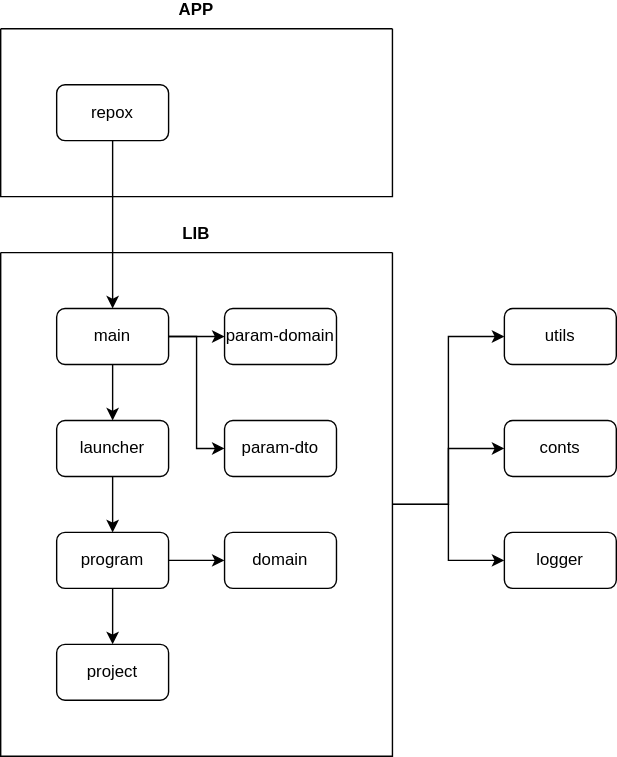
Above: docs/dependency.svg in jaqba98/repox (draw.io), before the change. Source tidied: cells renumbered, new cells last; positions are measured from the earlier drawing's top-left corner, leaving out a move shared by most shapes.
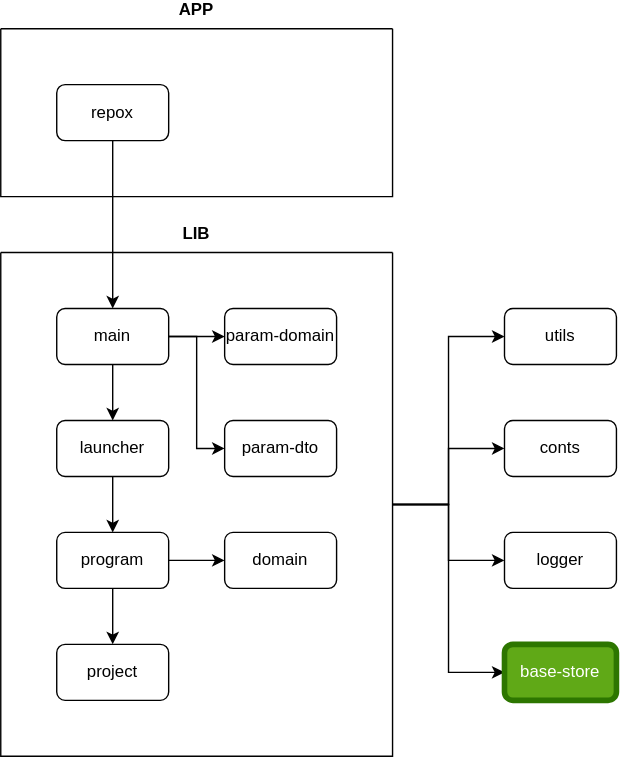
Above is the later version.

Commit message:
feat: create the base store module

Diff of the diagram source:
```diff
@@ -14,6 +14,9 @@
     <mxCell id="5" style="edgeStyle=orthogonalEdgeStyle;rounded=0;jettySize=auto;html=1;entryX=0;entryY=0.5;entryDx=0;entryDy=0;" parent="1" edge="1" source="6" target="24">
       <mxGeometry relative="1" as="geometry" />
     </mxCell>
+    <mxCell id="25" style="edgeStyle=orthogonalEdgeStyle;rounded=0;jettySize=auto;html=1;entryX=0;entryY=0.5;entryDx=0;entryDy=0;" parent="1" edge="1" source="6" target="26">
+      <mxGeometry relative="1" as="geometry" />
+    </mxCell>
     <mxCell id="6" value="LIB&#10;&#10;" style="swimlane;startSize=0;" parent="1" vertex="1">
       <mxGeometry y="160" width="280" height="360" as="geometry" />
     </mxCell>
@@ -50,7 +53,7 @@
     <mxCell id="17" style="edgeStyle=orthogonalEdgeStyle;rounded=0;jettySize=auto;html=1;" parent="6" edge="1" source="14" target="16">
       <mxGeometry relative="1" as="geometry" />
     </mxCell>
-    <mxCell id="18" value="param-dto" style="rounded=1;whiteSpace=wrap;html=1;" parent="6" vertex="1">
+    <mxCell id="18" value="param-dto" style="rounded=1;whiteSpace=wrap;html=1;strokeWidth=1;" parent="6" vertex="1">
       <mxGeometry x="160" y="120" width="80" height="40" as="geometry" />
     </mxCell>
     <mxCell id="19" value="project" style="rounded=1;whiteSpace=wrap;html=1;" parent="6" vertex="1">
@@ -71,5 +74,8 @@
     <mxCell id="24" value="conts" style="rounded=1;whiteSpace=wrap;html=1;" parent="1" vertex="1">
       <mxGeometry x="360" y="280" width="80" height="40" as="geometry" />
     </mxCell>
+    <mxCell id="26" value="base-store" style="rounded=1;whiteSpace=wrap;html=1;strokeWidth=4;fillColor=#60a917;fontColor=#ffffff;strokeColor=#2D7600;" parent="1" vertex="1">
+      <mxGeometry x="360" y="440" width="80" height="40" as="geometry" />
+    </mxCell>
   </root>
 </mxGraphModel>
```
